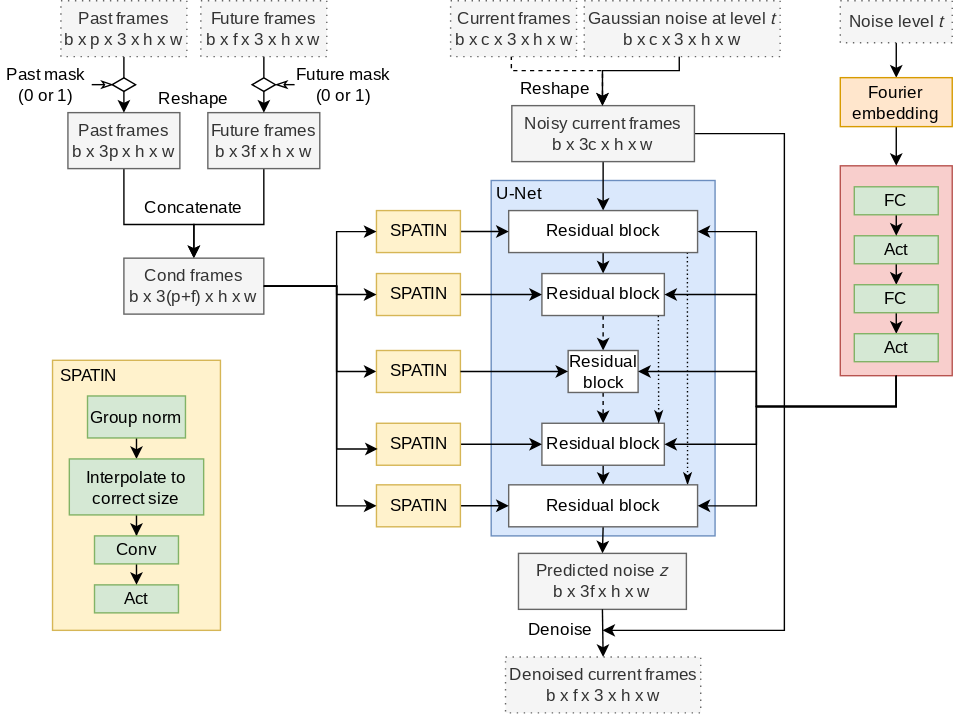
The draw.io diagram SPATIN.svg in mask-cond-video-diffusion/mask-cond-video-diffusion.github.io, before a commit. Source tidied: cells renumbered, new cells last; positions are measured from the earlier drawing's top-left corner, leaving out a move shared by most shapes.
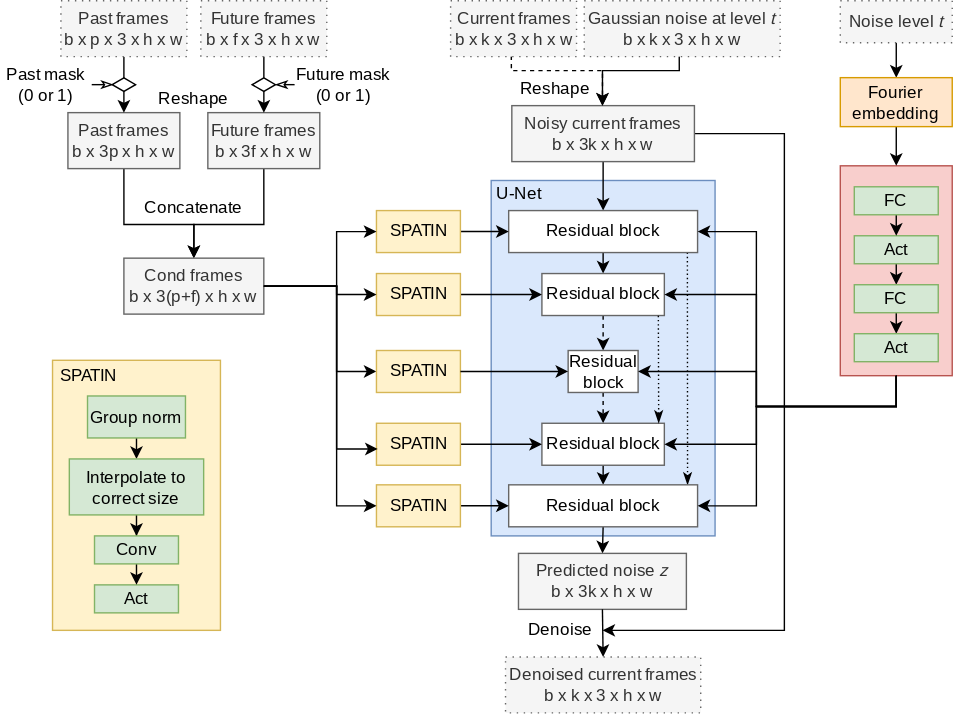
After the commit.

The edit, as a diff of the source:
```diff
@@ -59,7 +59,7 @@
         </Array>
       </mxGeometry>
     </mxCell>
-    <mxCell id="16" value="Noisy current frames&lt;br&gt;b x 3c x h x w" style="rounded=0;whiteSpace=wrap;html=1;fillColor=#f5f5f5;fontColor=#333333;strokeColor=#666666;fontFamily=Lato;fontSource=https%3A%2F%2Ffonts.googleapis.com%2Fcss%3Ffamily%3DLato;" parent="1" vertex="1">
+    <mxCell id="16" value="Noisy current frames&lt;br&gt;b x 3k x h x w" style="rounded=0;whiteSpace=wrap;html=1;fillColor=#f5f5f5;fontColor=#333333;strokeColor=#666666;fontFamily=Lato;fontSource=https%3A%2F%2Ffonts.googleapis.com%2Fcss%3Ffamily%3DLato;" parent="1" vertex="1">
       <mxGeometry x="365.2" y="75" width="130.5" height="40" as="geometry" />
     </mxCell>
     <mxCell id="17" value="Reshape" style="text;html=1;strokeColor=none;fillColor=none;align=center;verticalAlign=middle;whiteSpace=wrap;rounded=0;fontFamily=Lato;fontSource=https%3A%2F%2Ffonts.googleapis.com%2Fcss%3Ffamily%3DLato;" parent="1" vertex="1">
@@ -73,7 +73,7 @@
         </Array>
       </mxGeometry>
     </mxCell>
-    <mxCell id="19" value="Current frames&lt;br&gt;b x c x 3 x h x w" style="rounded=0;whiteSpace=wrap;html=1;fillColor=#f5f5f5;fontColor=#333333;strokeColor=#666666;dashed=1;dashPattern=1 4;fontFamily=Lato;fontSource=https%3A%2F%2Ffonts.googleapis.com%2Fcss%3Ffamily%3DLato;" parent="1" vertex="1">
+    <mxCell id="19" value="Current frames&lt;br&gt;b x k x 3 x h x w" style="rounded=0;whiteSpace=wrap;html=1;fillColor=#f5f5f5;fontColor=#333333;strokeColor=#666666;dashed=1;dashPattern=1 4;fontFamily=Lato;fontSource=https%3A%2F%2Ffonts.googleapis.com%2Fcss%3Ffamily%3DLato;" parent="1" vertex="1">
       <mxGeometry x="321.5" width="90" height="40" as="geometry" />
     </mxCell>
     <mxCell id="20" style="edgeStyle=orthogonalEdgeStyle;rounded=0;jettySize=auto;html=1;exitX=0.485;exitY=0.983;exitDx=0;exitDy=0;startArrow=none;startFill=0;endArrow=classic;endFill=1;fontFamily=Lato;fontSource=https%3A%2F%2Ffonts.googleapis.com%2Fcss%3Ffamily%3DLato;exitPerimeter=0;" parent="1" edge="1" source="21" target="16">
@@ -84,7 +84,7 @@
         </Array>
       </mxGeometry>
     </mxCell>
-    <mxCell id="21" value="Gaussian noise at level &lt;i&gt;t&lt;/i&gt;&lt;br&gt;b x c x 3 x h x w" style="rounded=0;whiteSpace=wrap;html=1;fillColor=#f5f5f5;fontColor=#333333;strokeColor=#666666;dashed=1;dashPattern=1 4;fontFamily=Lato;fontSource=https%3A%2F%2Ffonts.googleapis.com%2Fcss%3Ffamily%3DLato;" parent="1" vertex="1">
+    <mxCell id="21" value="Gaussian noise at level &lt;i&gt;t&lt;/i&gt;&lt;br&gt;b x k x 3 x h x w" style="rounded=0;whiteSpace=wrap;html=1;fillColor=#f5f5f5;fontColor=#333333;strokeColor=#666666;dashed=1;dashPattern=1 4;fontFamily=Lato;fontSource=https%3A%2F%2Ffonts.googleapis.com%2Fcss%3Ffamily%3DLato;" parent="1" vertex="1">
       <mxGeometry x="417" width="140" height="40" as="geometry" />
     </mxCell>
     <mxCell id="22" style="rounded=0;whiteSpace=wrap;html=1;strokeColor=#b85450;fillColor=#f8cecc;fontFamily=Lato;fontSource=https%3A%2F%2Ffonts.googleapis.com%2Fcss%3Ffamily%3DLato;" parent="1" vertex="1">
@@ -193,10 +193,10 @@
     <mxCell id="53" value="Residual block" style="rounded=0;whiteSpace=wrap;html=1;fontFamily=Lato;fontSource=https%3A%2F%2Ffonts.googleapis.com%2Fcss%3Ffamily%3DLato;strokeColor=#666666;" parent="1" vertex="1">
       <mxGeometry x="363" y="346" width="135" height="30" as="geometry" />
     </mxCell>
-    <mxCell id="54" value="Predicted noise &lt;i&gt;z&lt;/i&gt;&lt;br&gt;b x 3f x h x w" style="rounded=0;whiteSpace=wrap;html=1;fillColor=#f5f5f5;fontColor=#333333;strokeColor=#666666;fontFamily=Lato;fontSource=https%3A%2F%2Ffonts.googleapis.com%2Fcss%3Ffamily%3DLato;" parent="1" vertex="1">
+    <mxCell id="54" value="Predicted noise &lt;i&gt;z&lt;/i&gt;&lt;br&gt;b x 3k x h x w" style="rounded=0;whiteSpace=wrap;html=1;fillColor=#f5f5f5;fontColor=#333333;strokeColor=#666666;fontFamily=Lato;fontSource=https%3A%2F%2Ffonts.googleapis.com%2Fcss%3Ffamily%3DLato;" parent="1" vertex="1">
       <mxGeometry x="370" y="395" width="120" height="40" as="geometry" />
     </mxCell>
-    <mxCell id="55" value="Denoised current frames&lt;br&gt;b x f x 3 x h x w" style="rounded=0;whiteSpace=wrap;html=1;fillColor=#f5f5f5;fontColor=#333333;strokeColor=#666666;dashed=1;dashPattern=1 4;fontFamily=Lato;fontSource=https%3A%2F%2Ffonts.googleapis.com%2Fcss%3Ffamily%3DLato;" parent="1" vertex="1">
+    <mxCell id="55" value="Denoised current frames&lt;br&gt;b x k x 3 x h x w" style="rounded=0;whiteSpace=wrap;html=1;fillColor=#f5f5f5;fontColor=#333333;strokeColor=#666666;dashed=1;dashPattern=1 4;fontFamily=Lato;fontSource=https%3A%2F%2Ffonts.googleapis.com%2Fcss%3Ffamily%3DLato;" parent="1" vertex="1">
       <mxGeometry x="360.8" y="469" width="139.5" height="40" as="geometry" />
     </mxCell>
     <mxCell id="56" style="edgeStyle=orthogonalEdgeStyle;rounded=0;jettySize=auto;html=1;exitX=1;exitY=0.5;exitDx=0;exitDy=0;entryX=0;entryY=0.5;entryDx=0;entryDy=0;fontFamily=Lato;fontSource=https%3A%2F%2Ffonts.googleapis.com%2Fcss%3Ffamily%3DLato;" parent="1" edge="1" source="57" target="45">
```
